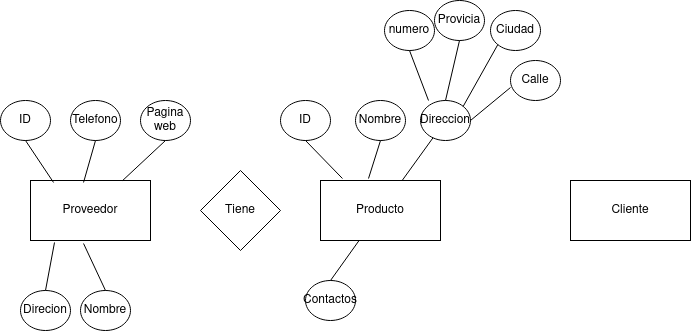
Before: Unidad1/Tareas/Tarea1/Diagrama sin título.drawio.png, a diagram exported from draw.io (JVC0/Base-Datos). Source tidied: cells renumbered, new cells last; positions are measured from the earlier drawing's top-left corner, leaving out a move shared by most shapes. Source of this version:
```xml
<mxGraphModel>
  <root>
    <mxCell id="0" />
    <mxCell id="1" parent="0" />
    <mxCell id="2" value="Proveedor" style="rounded=0;whiteSpace=wrap;html=1;" parent="1" vertex="1">
      <mxGeometry x="30" y="180" width="120" height="60" as="geometry" />
    </mxCell>
    <mxCell id="3" value="ID" style="ellipse;whiteSpace=wrap;html=1;" parent="1" vertex="1">
      <mxGeometry y="100" width="50" height="40" as="geometry" />
    </mxCell>
    <mxCell id="4" style="endArrow=none;html=1;rounded=0;entryX=0.5;entryY=1;entryDx=0;entryDy=0;exitX=0.192;exitY=0.033;exitDx=0;exitDy=0;exitPerimeter=0;" parent="1" edge="1" source="2" target="3">
      <mxGeometry relative="1" as="geometry" />
    </mxCell>
    <mxCell id="5" value="Pagina web" style="ellipse;whiteSpace=wrap;html=1;" parent="1" vertex="1">
      <mxGeometry x="140" y="100" width="50" height="40" as="geometry" />
    </mxCell>
    <mxCell id="6" value="&lt;div&gt;Nombre&lt;/div&gt;" style="ellipse;whiteSpace=wrap;html=1;" parent="1" vertex="1">
      <mxGeometry x="80" y="290" width="50" height="40" as="geometry" />
    </mxCell>
    <mxCell id="7" value="Direcion" style="ellipse;whiteSpace=wrap;html=1;" parent="1" vertex="1">
      <mxGeometry x="20" y="290" width="50" height="40" as="geometry" />
    </mxCell>
    <mxCell id="8" value="Telefono" style="ellipse;whiteSpace=wrap;html=1;" parent="1" vertex="1">
      <mxGeometry x="70" y="100" width="50" height="40" as="geometry" />
    </mxCell>
    <mxCell id="9" style="endArrow=none;html=1;rounded=0;entryX=0.5;entryY=1;entryDx=0;entryDy=0;exitX=0.442;exitY=0.033;exitDx=0;exitDy=0;exitPerimeter=0;" parent="1" edge="1" source="2" target="8">
      <mxGeometry relative="1" as="geometry" />
    </mxCell>
    <mxCell id="10" style="endArrow=none;html=1;rounded=0;entryX=0.2;entryY=1.033;entryDx=0;entryDy=0;entryPerimeter=0;exitX=0.5;exitY=0;exitDx=0;exitDy=0;" parent="1" edge="1" source="7" target="2">
      <mxGeometry relative="1" as="geometry" />
    </mxCell>
    <mxCell id="11" style="endArrow=none;html=1;rounded=0;entryX=0.442;entryY=1.05;entryDx=0;entryDy=0;entryPerimeter=0;exitX=0.5;exitY=0;exitDx=0;exitDy=0;" parent="1" edge="1" source="6" target="2">
      <mxGeometry relative="1" as="geometry" />
    </mxCell>
    <mxCell id="12" style="endArrow=none;html=1;rounded=0;entryX=0.5;entryY=1;entryDx=0;entryDy=0;" parent="1" edge="1" source="2" target="5">
      <mxGeometry relative="1" as="geometry" />
    </mxCell>
    <mxCell id="13" value="Cliente" style="rounded=0;whiteSpace=wrap;html=1;" parent="1" vertex="1">
      <mxGeometry x="570" y="180" width="120" height="60" as="geometry" />
    </mxCell>
    <mxCell id="14" value="Producto" style="rounded=0;whiteSpace=wrap;html=1;" parent="1" vertex="1">
      <mxGeometry x="320" y="180" width="120" height="60" as="geometry" />
    </mxCell>
    <mxCell id="15" value="ID" style="ellipse;whiteSpace=wrap;html=1;" parent="1" vertex="1">
      <mxGeometry x="280" y="100" width="50" height="40" as="geometry" />
    </mxCell>
    <mxCell id="16" style="endArrow=none;html=1;rounded=0;exitX=0.183;exitY=-0.033;exitDx=0;exitDy=0;exitPerimeter=0;entryX=0.5;entryY=1;entryDx=0;entryDy=0;" parent="1" edge="1" source="14" target="15">
      <mxGeometry relative="1" as="geometry" />
    </mxCell>
    <mxCell id="17" value="&lt;div&gt;Nombre&lt;/div&gt;" style="ellipse;whiteSpace=wrap;html=1;" parent="1" vertex="1">
      <mxGeometry x="355" y="100" width="50" height="40" as="geometry" />
    </mxCell>
    <mxCell id="18" style="endArrow=none;html=1;rounded=0;entryX=0.5;entryY=1;entryDx=0;entryDy=0;exitX=0.4;exitY=-0.033;exitDx=0;exitDy=0;exitPerimeter=0;" parent="1" edge="1" source="14" target="17">
      <mxGeometry relative="1" as="geometry" />
    </mxCell>
    <mxCell id="19" value="Tiene" style="rhombus;whiteSpace=wrap;html=1;" parent="1" vertex="1">
      <mxGeometry x="200" y="170" width="80" height="80" as="geometry" />
    </mxCell>
    <mxCell id="20" value="Direccion" style="ellipse;whiteSpace=wrap;html=1;" parent="1" vertex="1">
      <mxGeometry x="420" y="100" width="50" height="40" as="geometry" />
    </mxCell>
    <mxCell id="21" style="endArrow=none;html=1;rounded=0;" parent="1" edge="1" source="14" target="20">
      <mxGeometry relative="1" as="geometry" />
    </mxCell>
    <mxCell id="22" value="&lt;div&gt;Contactos&lt;/div&gt;" style="ellipse;whiteSpace=wrap;html=1;" parent="1" vertex="1">
      <mxGeometry x="305" y="280" width="50" height="40" as="geometry" />
    </mxCell>
    <mxCell id="23" style="endArrow=none;html=1;rounded=0;exitX=0.5;exitY=0;exitDx=0;exitDy=0;" parent="1" edge="1" source="22" target="14">
      <mxGeometry relative="1" as="geometry" />
    </mxCell>
    <mxCell id="24" value="&lt;div&gt;Provicia&lt;/div&gt;" style="ellipse;whiteSpace=wrap;html=1;" parent="1" vertex="1">
      <mxGeometry x="434" width="50" height="40" as="geometry" />
    </mxCell>
    <mxCell id="25" value="numero" style="ellipse;whiteSpace=wrap;html=1;" parent="1" vertex="1">
      <mxGeometry x="384" y="10" width="50" height="40" as="geometry" />
    </mxCell>
    <mxCell id="26" value="Calle" style="ellipse;whiteSpace=wrap;html=1;" parent="1" vertex="1">
      <mxGeometry x="510" y="60" width="50" height="40" as="geometry" />
    </mxCell>
    <mxCell id="27" value="Ciudad" style="ellipse;whiteSpace=wrap;html=1;" parent="1" vertex="1">
      <mxGeometry x="490" y="10" width="50" height="40" as="geometry" />
    </mxCell>
    <mxCell id="28" style="endArrow=none;html=1;rounded=0;entryX=0.5;entryY=1;entryDx=0;entryDy=0;exitX=0.16;exitY=0;exitDx=0;exitDy=0;exitPerimeter=0;" parent="1" edge="1" source="20" target="25">
      <mxGeometry relative="1" as="geometry" />
    </mxCell>
    <mxCell id="29" style="endArrow=none;html=1;rounded=0;entryX=0.5;entryY=1;entryDx=0;entryDy=0;exitX=0.5;exitY=0;exitDx=0;exitDy=0;" parent="1" edge="1" source="20" target="24">
      <mxGeometry relative="1" as="geometry" />
    </mxCell>
    <mxCell id="30" style="endArrow=none;html=1;rounded=0;exitX=1;exitY=0;exitDx=0;exitDy=0;entryX=0;entryY=1;entryDx=0;entryDy=0;" parent="1" edge="1" source="20" target="27">
      <mxGeometry relative="1" as="geometry" />
    </mxCell>
    <mxCell id="31" style="endArrow=none;html=1;rounded=0;entryX=0;entryY=0.675;entryDx=0;entryDy=0;exitX=1;exitY=0.5;exitDx=0;exitDy=0;entryPerimeter=0;" parent="1" edge="1" source="20" target="26">
      <mxGeometry relative="1" as="geometry" />
    </mxCell>
  </root>
</mxGraphModel>
```
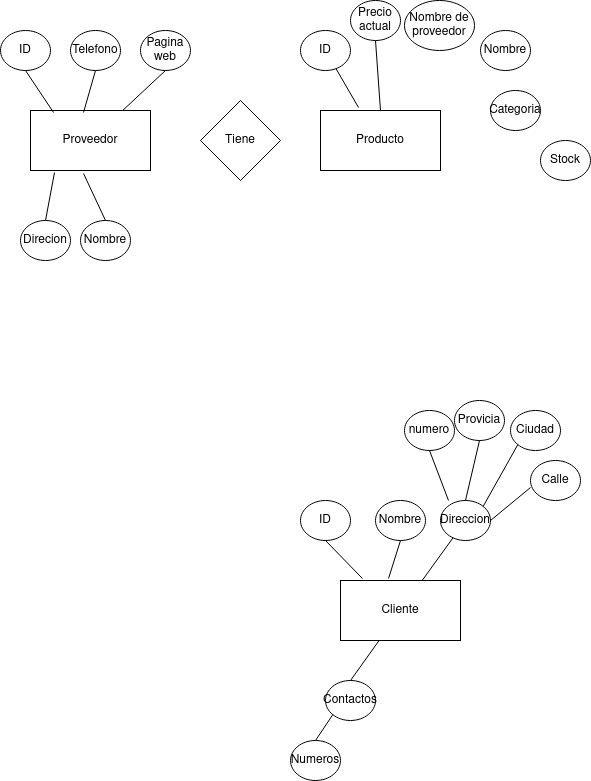
After the change.

Change to the diagram source:
```diff
@@ -3,25 +3,25 @@
     <mxCell id="0" />
     <mxCell id="1" parent="0" />
     <mxCell id="2" value="Proveedor" style="rounded=0;whiteSpace=wrap;html=1;" parent="1" vertex="1">
-      <mxGeometry x="30" y="180" width="120" height="60" as="geometry" />
+      <mxGeometry x="10" y="-290" width="120" height="60" as="geometry" />
     </mxCell>
     <mxCell id="3" value="ID" style="ellipse;whiteSpace=wrap;html=1;" parent="1" vertex="1">
-      <mxGeometry y="100" width="50" height="40" as="geometry" />
+      <mxGeometry x="-20" y="-370" width="50" height="40" as="geometry" />
     </mxCell>
     <mxCell id="4" style="endArrow=none;html=1;rounded=0;entryX=0.5;entryY=1;entryDx=0;entryDy=0;exitX=0.192;exitY=0.033;exitDx=0;exitDy=0;exitPerimeter=0;" parent="1" edge="1" source="2" target="3">
       <mxGeometry relative="1" as="geometry" />
     </mxCell>
     <mxCell id="5" value="Pagina web" style="ellipse;whiteSpace=wrap;html=1;" parent="1" vertex="1">
-      <mxGeometry x="140" y="100" width="50" height="40" as="geometry" />
+      <mxGeometry x="120" y="-370" width="50" height="40" as="geometry" />
     </mxCell>
     <mxCell id="6" value="&lt;div&gt;Nombre&lt;/div&gt;" style="ellipse;whiteSpace=wrap;html=1;" parent="1" vertex="1">
-      <mxGeometry x="80" y="290" width="50" height="40" as="geometry" />
+      <mxGeometry x="60" y="-180" width="50" height="40" as="geometry" />
     </mxCell>
     <mxCell id="7" value="Direcion" style="ellipse;whiteSpace=wrap;html=1;" parent="1" vertex="1">
-      <mxGeometry x="20" y="290" width="50" height="40" as="geometry" />
+      <mxGeometry y="-180" width="50" height="40" as="geometry" />
     </mxCell>
     <mxCell id="8" value="Telefono" style="ellipse;whiteSpace=wrap;html=1;" parent="1" vertex="1">
-      <mxGeometry x="70" y="100" width="50" height="40" as="geometry" />
+      <mxGeometry x="50" y="-370" width="50" height="40" as="geometry" />
     </mxCell>
     <mxCell id="9" style="endArrow=none;html=1;rounded=0;entryX=0.5;entryY=1;entryDx=0;entryDy=0;exitX=0.442;exitY=0.033;exitDx=0;exitDy=0;exitPerimeter=0;" parent="1" edge="1" source="2" target="8">
       <mxGeometry relative="1" as="geometry" />
@@ -35,10 +35,10 @@
     <mxCell id="12" style="endArrow=none;html=1;rounded=0;entryX=0.5;entryY=1;entryDx=0;entryDy=0;" parent="1" edge="1" source="2" target="5">
       <mxGeometry relative="1" as="geometry" />
     </mxCell>
-    <mxCell id="13" value="Cliente" style="rounded=0;whiteSpace=wrap;html=1;" parent="1" vertex="1">
-      <mxGeometry x="570" y="180" width="120" height="60" as="geometry" />
+    <mxCell id="13" value="Producto" style="rounded=0;whiteSpace=wrap;html=1;" parent="1" vertex="1">
+      <mxGeometry x="300" y="-290" width="120" height="60" as="geometry" />
     </mxCell>
-    <mxCell id="14" value="Producto" style="rounded=0;whiteSpace=wrap;html=1;" parent="1" vertex="1">
+    <mxCell id="14" value="&lt;div&gt;Cliente&lt;/div&gt;" style="rounded=0;whiteSpace=wrap;html=1;" parent="1" vertex="1">
       <mxGeometry x="320" y="180" width="120" height="60" as="geometry" />
     </mxCell>
     <mxCell id="15" value="ID" style="ellipse;whiteSpace=wrap;html=1;" parent="1" vertex="1">
@@ -54,7 +54,7 @@
       <mxGeometry relative="1" as="geometry" />
     </mxCell>
     <mxCell id="19" value="Tiene" style="rhombus;whiteSpace=wrap;html=1;" parent="1" vertex="1">
-      <mxGeometry x="200" y="170" width="80" height="80" as="geometry" />
+      <mxGeometry x="180" y="-300" width="80" height="80" as="geometry" />
     </mxCell>
     <mxCell id="20" value="Direccion" style="ellipse;whiteSpace=wrap;html=1;" parent="1" vertex="1">
       <mxGeometry x="420" y="100" width="50" height="40" as="geometry" />
@@ -92,5 +92,35 @@
     <mxCell id="31" style="endArrow=none;html=1;rounded=0;entryX=0;entryY=0.675;entryDx=0;entryDy=0;exitX=1;exitY=0.5;exitDx=0;exitDy=0;entryPerimeter=0;" parent="1" edge="1" source="20" target="26">
       <mxGeometry relative="1" as="geometry" />
     </mxCell>
+    <mxCell id="32" value="&lt;div&gt;Numeros&lt;/div&gt;" style="ellipse;whiteSpace=wrap;html=1;" parent="1" vertex="1">
+      <mxGeometry x="270" y="340" width="50" height="40" as="geometry" />
+    </mxCell>
+    <mxCell id="33" style="endArrow=none;html=1;rounded=0;exitX=0.5;exitY=0;exitDx=0;exitDy=0;entryX=0;entryY=1;entryDx=0;entryDy=0;" parent="1" edge="1" source="32" target="22">
+      <mxGeometry relative="1" as="geometry" />
+    </mxCell>
+    <mxCell id="34" value="&lt;div&gt;ID&lt;/div&gt;" style="ellipse;whiteSpace=wrap;html=1;" parent="1" vertex="1">
+      <mxGeometry x="280" y="-370" width="50" height="40" as="geometry" />
+    </mxCell>
+    <mxCell id="35" value="Precio actual" style="ellipse;whiteSpace=wrap;html=1;" parent="1" vertex="1">
+      <mxGeometry x="330" y="-400" width="50" height="40" as="geometry" />
+    </mxCell>
+    <mxCell id="36" value="&lt;div&gt;Nombre&lt;/div&gt;" style="ellipse;whiteSpace=wrap;html=1;" parent="1" vertex="1">
+      <mxGeometry x="460" y="-370" width="50" height="40" as="geometry" />
+    </mxCell>
+    <mxCell id="37" value="&lt;div&gt;Stock&lt;/div&gt;" style="ellipse;whiteSpace=wrap;html=1;" parent="1" vertex="1">
+      <mxGeometry x="520" y="-260" width="50" height="40" as="geometry" />
+    </mxCell>
+    <mxCell id="38" value="&lt;div&gt;Nombre de proveedor&lt;/div&gt;" style="ellipse;whiteSpace=wrap;html=1;" parent="1" vertex="1">
+      <mxGeometry x="384" y="-400" width="70" height="50" as="geometry" />
+    </mxCell>
+    <mxCell id="39" value="Categoria" style="ellipse;whiteSpace=wrap;html=1;" parent="1" vertex="1">
+      <mxGeometry x="470" y="-310" width="50" height="40" as="geometry" />
+    </mxCell>
+    <mxCell id="40" style="endArrow=none;html=1;rounded=0;exitX=0.317;exitY=-0.05;exitDx=0;exitDy=0;exitPerimeter=0;" parent="1" edge="1" source="13" target="34">
+      <mxGeometry relative="1" as="geometry" />
+    </mxCell>
+    <mxCell id="41" style="endArrow=none;html=1;rounded=0;entryX=0.5;entryY=1;entryDx=0;entryDy=0;exitX=0.5;exitY=0;exitDx=0;exitDy=0;" parent="1" edge="1" source="13" target="35">
+      <mxGeometry relative="1" as="geometry" />
+    </mxCell>
   </root>
 </mxGraphModel>
```
